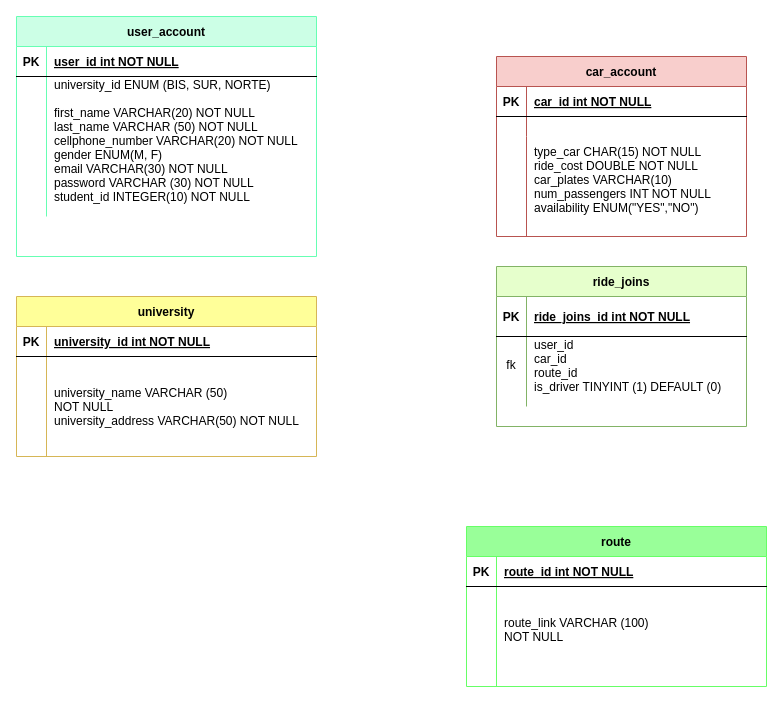
Before: entity-relationship-diagram.drawio in carpool-bis/entity-relationship-diagram, a draw.io diagram. Source tidied: cells renumbered, new cells numbered last; positions are measured from the earlier drawing's top-left corner, leaving out a move shared by most shapes. Both pictures are drawn from the tidied source at 100%, with x=0, y=0 at pixel (16, 16).
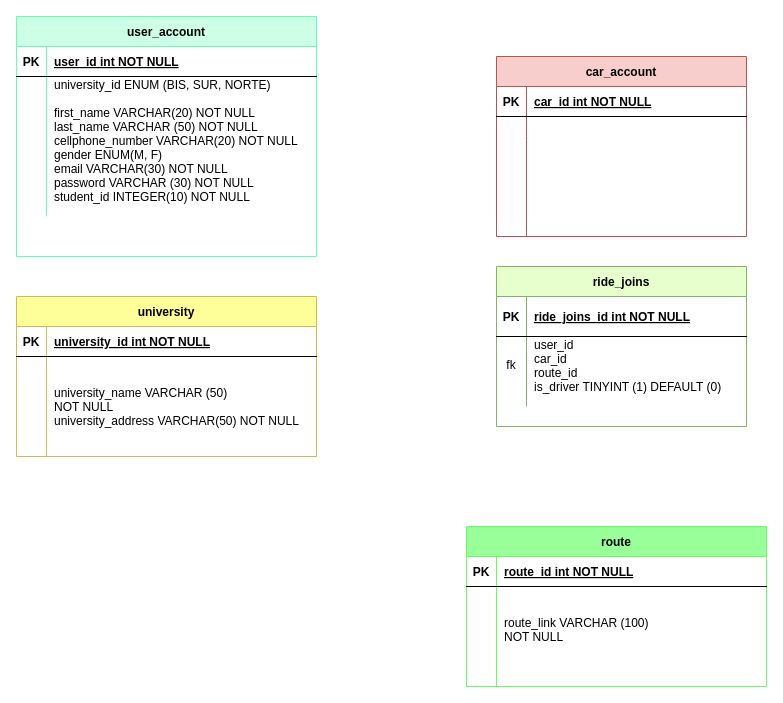
The same diagram, later.

Commit message:
car_account

Unchanged cells that the change refers to:
```xml
<mxCell id="16" style="shape=partialRectangle;fillColor=none;top=0;left=0;right=0;bottom=0;" parent="9" vertex="1">
  <mxGeometry y="80" width="250" height="100" as="geometry" />
</mxCell>
```

The edit, as a diff of the source:
```diff
@@
-    <mxCell id="18" value="type_car CHAR(15) NOT NULL&#10;ride_cost DOUBLE NOT NULL&#10;car_plates VARCHAR(10)&#10;num_passengers INT NOT NULL&#10;availability ENUM(&quot;YES&quot;,&quot;NO&quot;)&#10;" style="shape=partialRectangle;overflow=hidden;fillColor=none;top=0;left=0;bottom=0;right=0;align=left;spacingLeft=6;" parent="16" vertex="1">
+    <mxCell id="18" style="shape=partialRectangle;overflow=hidden;fillColor=none;top=0;left=0;bottom=0;right=0;align=left;spacingLeft=6;" parent="16" vertex="1">
       <mxGeometry x="30" width="220" height="100" as="geometry" />
     </mxCell>
```
